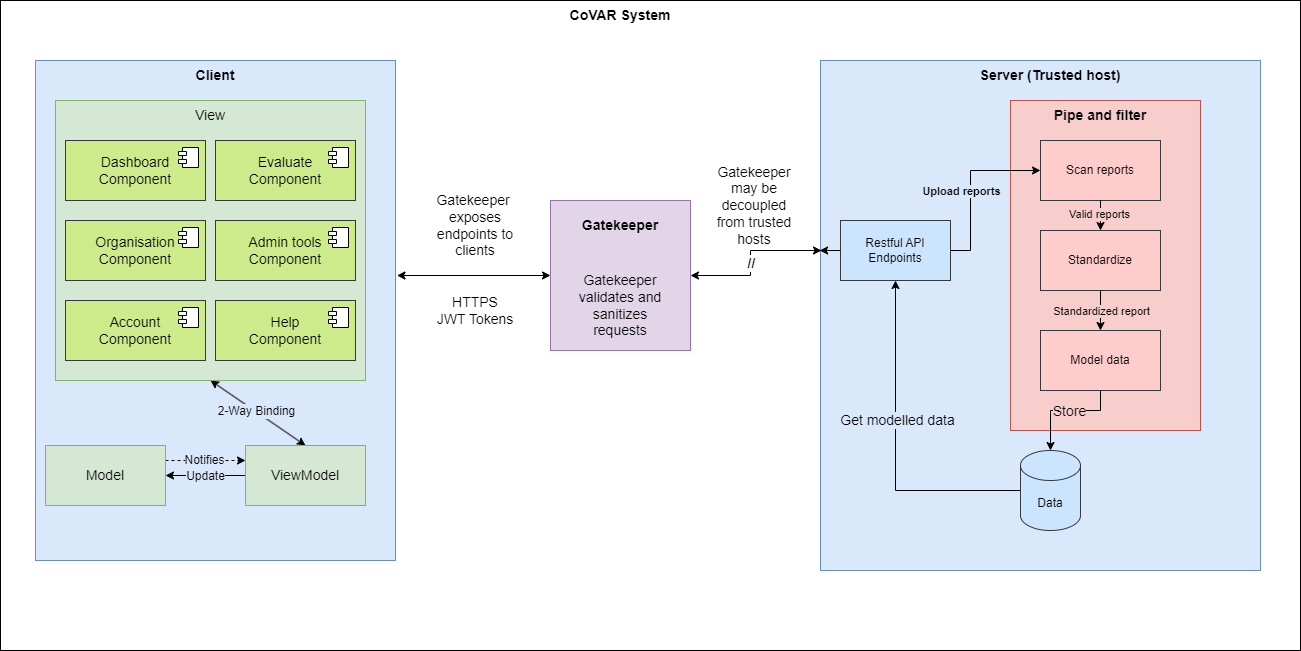
COS301-SE-2024/CoVAR keeps this draw.io diagram as Documentation/Assets/Architecture.png. Above is the earlier version. Source tidied: cells renumbered, new cells last; positions are measured from the earlier drawing's top-left corner, leaving out a move shared by most shapes.
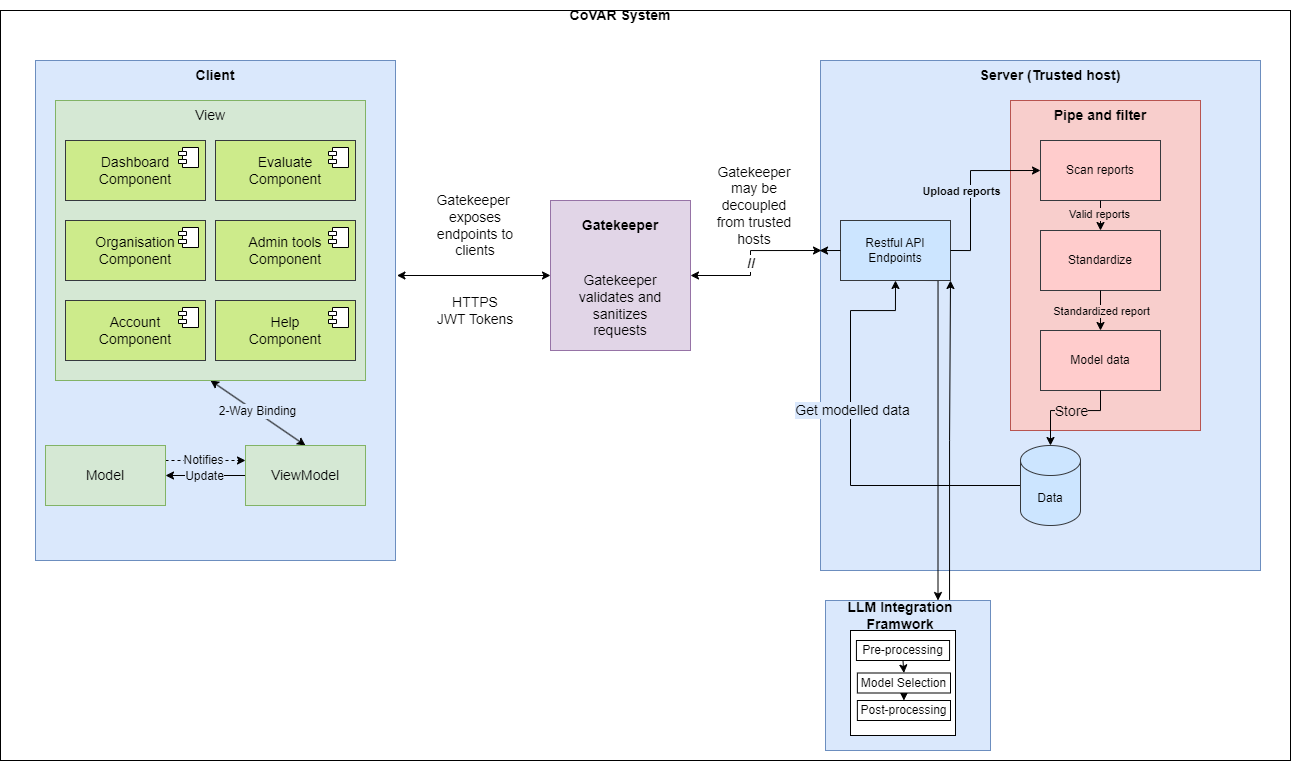
Above is the later version.

The edit, as a diff of the source:
```diff
@@ -3,7 +3,7 @@
     <mxCell id="0" />
     <mxCell id="1" parent="0" />
     <mxCell id="2" style="rounded=0;whiteSpace=wrap;html=1;" parent="1" vertex="1">
-      <mxGeometry width="1300" height="650" as="geometry" />
+      <mxGeometry y="10" width="1290" height="750" as="geometry" />
     </mxCell>
     <mxCell id="3" style="edgeStyle=orthogonalEdgeStyle;rounded=0;jettySize=auto;html=1;exitX=1.004;exitY=0.43;exitDx=0;exitDy=0;entryX=0;entryY=0.5;entryDx=0;entryDy=0;startArrow=classic;startFill=1;exitPerimeter=0;" parent="1" edge="1" source="4" target="7">
       <mxGeometry relative="1" as="geometry" />
@@ -33,17 +33,30 @@
       <mxGeometry x="-0.07" relative="1" as="geometry" />
     </mxCell>
     <mxCell id="10" style="edgeStyle=orthogonalEdgeStyle;rounded=0;jettySize=auto;html=1;exitX=0;exitY=0.5;exitDx=0;exitDy=0;exitPerimeter=0;entryX=0.5;entryY=1;entryDx=0;entryDy=0;" parent="1" edge="1" source="12" target="14">
-      <mxGeometry relative="1" as="geometry" />
+      <mxGeometry relative="1" as="geometry">
+        <Array as="points">
+          <mxPoint x="850" y="485" />
+          <mxPoint x="850" y="310" />
+          <mxPoint x="895" y="310" />
+        </Array>
+      </mxGeometry>
     </mxCell>
     <mxCell id="11" value="&lt;font style=&quot;font-size: 14px;&quot;&gt;Get modelled data&lt;/font&gt;" style="edgeLabel;html=1;align=center;verticalAlign=middle;labelBackgroundColor=#DAE8FC;" parent="10" vertex="1">
       <mxGeometry x="0.17" y="-1" relative="1" as="geometry" />
     </mxCell>
     <mxCell id="12" value="Data" style="shape=cylinder3;whiteSpace=wrap;html=1;boundedLbl=1;backgroundOutline=1;size=15;fillColor=#cce5ff;strokeColor=#36393d;" parent="1" vertex="1">
-      <mxGeometry x="1020" y="450" width="60" height="80" as="geometry" />
+      <mxGeometry x="1020" y="445" width="60" height="80" as="geometry" />
     </mxCell>
     <mxCell id="13" value="&lt;font style=&quot;font-size: 14px;&quot;&gt;Gatekeeper&amp;nbsp; exposes endpoints to clients&lt;/font&gt;" style="text;html=1;align=center;verticalAlign=middle;whiteSpace=wrap;rounded=0;" parent="1" vertex="1">
       <mxGeometry x="440" y="190" width="70" height="70" as="geometry" />
     </mxCell>
+    <mxCell id="58" style="edgeStyle=orthogonalEdgeStyle;rounded=0;jettySize=auto;html=1;exitX=0.75;exitY=1;exitDx=0;exitDy=0;entryX=0.75;entryY=0;entryDx=0;entryDy=0;" parent="1" edge="1" source="14" target="61">
+      <mxGeometry relative="1" as="geometry">
+        <Array as="points">
+          <mxPoint x="937" y="280" />
+        </Array>
+      </mxGeometry>
+    </mxCell>
     <mxCell id="14" value="Restful API Endpoints" style="rounded=0;whiteSpace=wrap;html=1;fillColor=#cce5ff;strokeColor=#36393d;" parent="1" vertex="1">
       <mxGeometry x="840" y="220" width="110" height="60" as="geometry" />
     </mxCell>
@@ -204,5 +217,32 @@
     <mxCell id="57" value="&lt;font style=&quot;font-size: 14px;&quot;&gt;&lt;b&gt;Gatekeeper&lt;/b&gt;&lt;/font&gt;" style="text;html=1;align=center;verticalAlign=middle;whiteSpace=wrap;rounded=0;" parent="1" vertex="1">
       <mxGeometry x="590" y="210" width="60" height="30" as="geometry" />
     </mxCell>
+    <mxCell id="59" style="rounded=0;whiteSpace=wrap;html=1;fillColor=#dae8fc;strokeColor=#6c8ebf;" parent="1" vertex="1">
+      <mxGeometry x="825" y="600" width="165" height="150" as="geometry" />
+    </mxCell>
+    <mxCell id="60" style="edgeStyle=orthogonalEdgeStyle;rounded=0;jettySize=auto;html=1;exitX=0.827;exitY=-0.022;exitDx=0;exitDy=0;entryX=1;entryY=1;entryDx=0;entryDy=0;exitPerimeter=0;" parent="1" edge="1" source="61" target="14">
+      <mxGeometry relative="1" as="geometry" />
+    </mxCell>
+    <mxCell id="61" value="&lt;span style=&quot;font-size: 14px;&quot;&gt;&lt;b&gt;LLM Integration Framwork&lt;/b&gt;&lt;/span&gt;" style="text;html=1;align=center;verticalAlign=middle;whiteSpace=wrap;rounded=0;" parent="1" vertex="1">
+      <mxGeometry x="825" y="600" width="150" height="30" as="geometry" />
+    </mxCell>
+    <mxCell id="62" style="whiteSpace=wrap;html=1;align=left;" parent="1" vertex="1">
+      <mxGeometry x="850" y="630" width="105" height="105" as="geometry" />
+    </mxCell>
+    <mxCell id="63" value="Post-processing" style="rounded=0;whiteSpace=wrap;html=1;" parent="1" vertex="1">
+      <mxGeometry x="856.9" y="700" width="93.1" height="20" as="geometry" />
+    </mxCell>
+    <mxCell id="64" style="edgeStyle=orthogonalEdgeStyle;rounded=0;jettySize=auto;html=1;exitX=0.5;exitY=1;exitDx=0;exitDy=0;entryX=0.5;entryY=0;entryDx=0;entryDy=0;" parent="1" edge="1" source="65" target="67">
+      <mxGeometry relative="1" as="geometry" />
+    </mxCell>
+    <mxCell id="65" value="Pre-processing" style="rounded=0;whiteSpace=wrap;html=1;" parent="1" vertex="1">
+      <mxGeometry x="855.9" y="640" width="93.1" height="20" as="geometry" />
+    </mxCell>
+    <mxCell id="66" style="edgeStyle=orthogonalEdgeStyle;rounded=0;jettySize=auto;html=1;exitX=0.5;exitY=1;exitDx=0;exitDy=0;entryX=0.5;entryY=0;entryDx=0;entryDy=0;" parent="1" edge="1" source="67" target="63">
+      <mxGeometry relative="1" as="geometry" />
+    </mxCell>
+    <mxCell id="67" value="Model Selection" style="rounded=0;whiteSpace=wrap;html=1;" parent="1" vertex="1">
+      <mxGeometry x="856.9" y="672.5" width="93.1" height="20" as="geometry" />
+    </mxCell>
   </root>
 </mxGraphModel>
```
